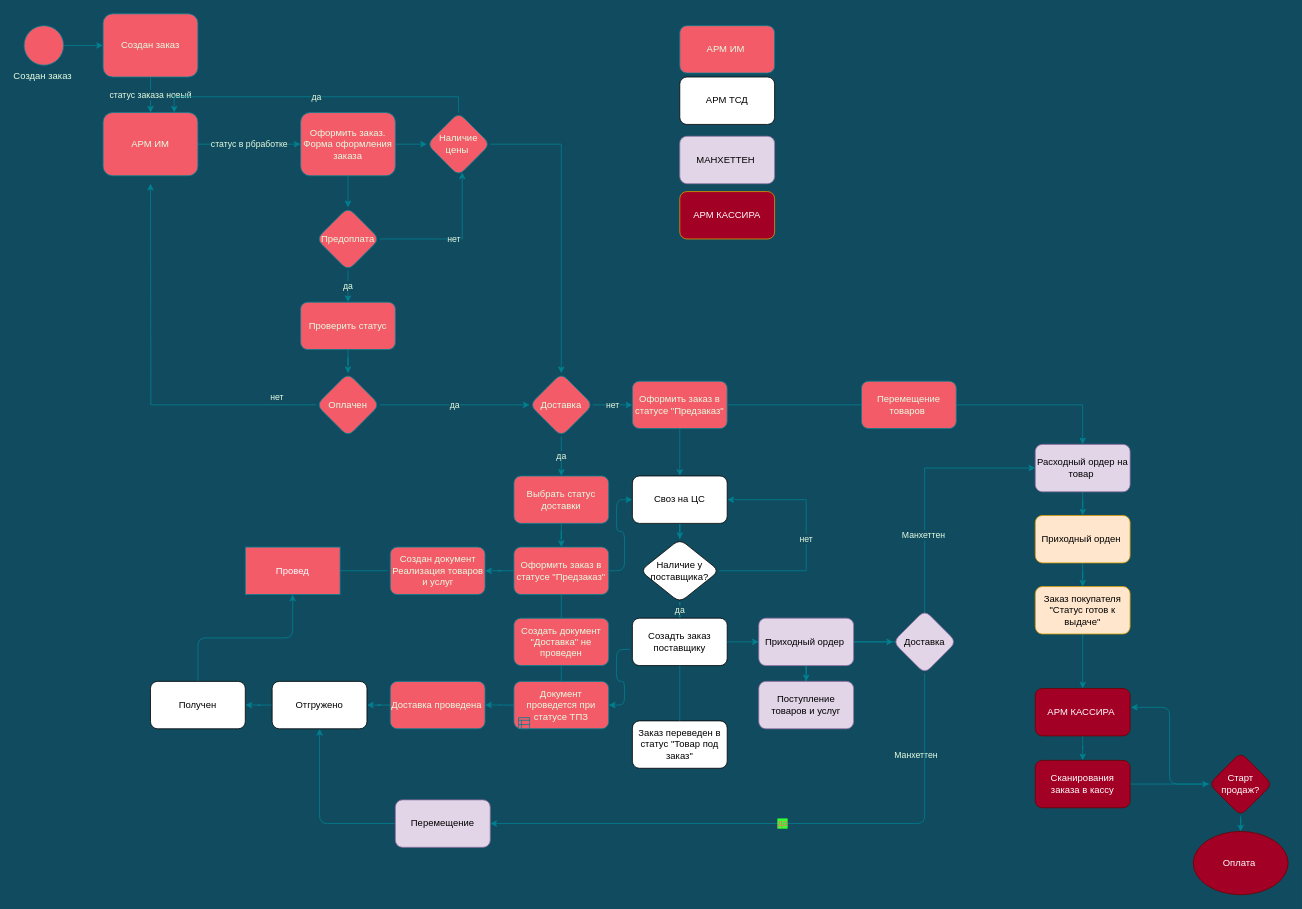
This is page "Страница 1" (1 of 2) of Бизнес процесс 2.0.drawio from gleb-ehorich/gleb-ehorich, a draw.io file, before an edit. Source tidied: cells renumbered, new cells numbered last; positions are measured from the earlier drawing's top-left corner, leaving out a move shared by most shapes. Both pictures are drawn from the tidied source at 79%, with x=0, y=0 at pixel (24, 13).
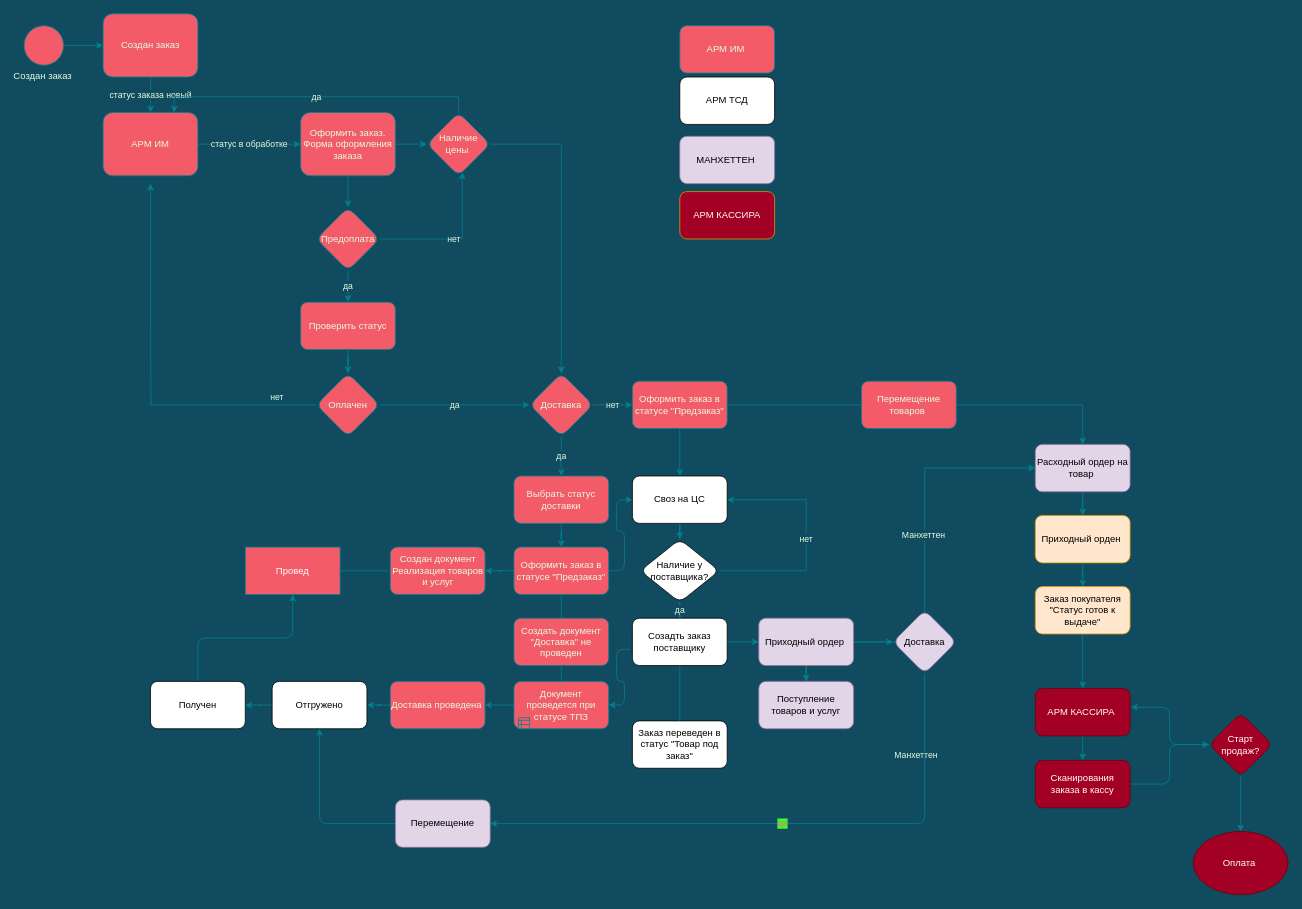
Above is the later version.

The change refers to these unchanged cells:
```xml
<mxCell id="7" value="АРМ ИМ" style="shape=ext;rounded=1;html=1;whiteSpace=wrap;labelBorderColor=none;fillColor=#F45B69;strokeColor=#028090;fontColor=#E4FDE1;" parent="1" vertex="1">
  <mxGeometry x="100" y="125" width="120" height="80" as="geometry" />
</mxCell>
<mxCell id="10" value="Оформить заказ. Форма оформления заказа" style="shape=ext;rounded=1;html=1;whiteSpace=wrap;labelBorderColor=none;fillColor=#F45B69;strokeColor=#028090;fontColor=#E4FDE1;" parent="1" vertex="1">
  <mxGeometry x="350" y="125" width="120" height="80" as="geometry" />
</mxCell>
```

The edit, as a diff of the source:
```diff
@@
-    <mxCell id="6" value="статус в рбработке" style="edgeStyle=orthogonalEdgeStyle;rounded=0;jettySize=auto;html=1;labelBorderColor=none;strokeColor=#028090;fontColor=#E4FDE1;labelBackgroundColor=#114B5F;entryX=0;entryY=0.5;entryDx=0;entryDy=0;" parent="1" edge="1" source="7" target="10">
+    <mxCell id="6" value="статус в обработке" style="edgeStyle=orthogonalEdgeStyle;rounded=0;jettySize=auto;html=1;labelBorderColor=none;strokeColor=#028090;fontColor=#E4FDE1;labelBackgroundColor=#114B5F;entryX=0;entryY=0.5;entryDx=0;entryDy=0;" parent="1" edge="1" source="7" target="10">
       <mxGeometry relative="1" as="geometry" />
     </mxCell>
@@
     <mxCell id="69" value="Старт продаж?" style="rhombus;whiteSpace=wrap;html=1;rounded=1;fontColor=#ffffff;strokeColor=#6F0000;fillColor=#a20025;" parent="1" vertex="1">
-      <mxGeometry x="1500" y="935" width="80" height="80" as="geometry" />
+      <mxGeometry x="1500" y="885" width="80" height="80" as="geometry" />
     </mxCell>
```
